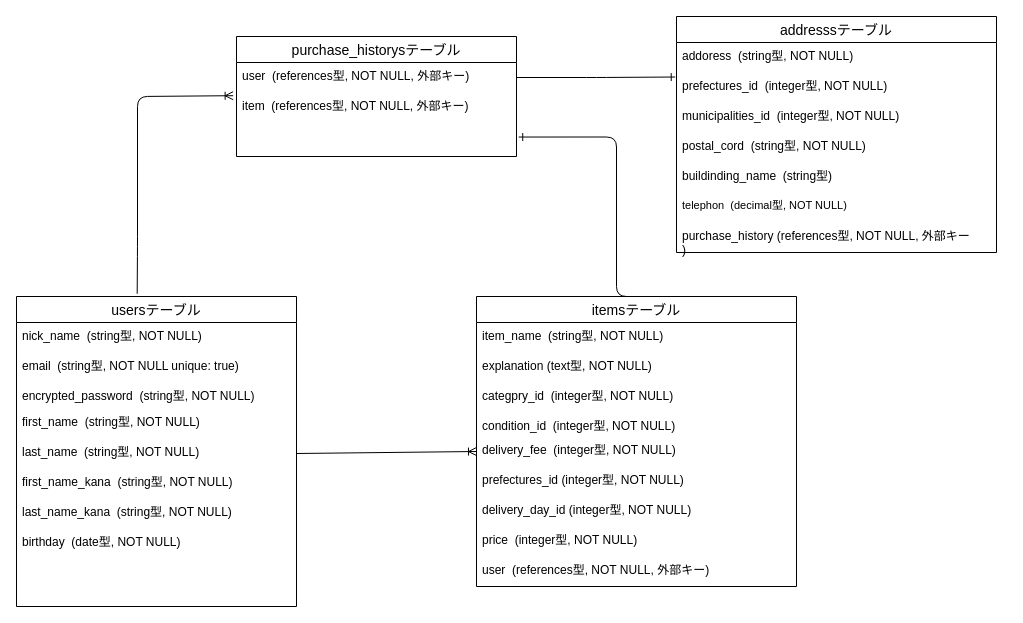
This is furima.dio from Ryuuichirou/furima-37176, a draw.io file, before an edit. Source tidied: cells renumbered, new cells numbered last; positions are measured from the earlier drawing's top-left corner, leaving out a move shared by most shapes. Both pictures are drawn from the tidied source at 100%, with x=0, y=0 at pixel (16, 16).
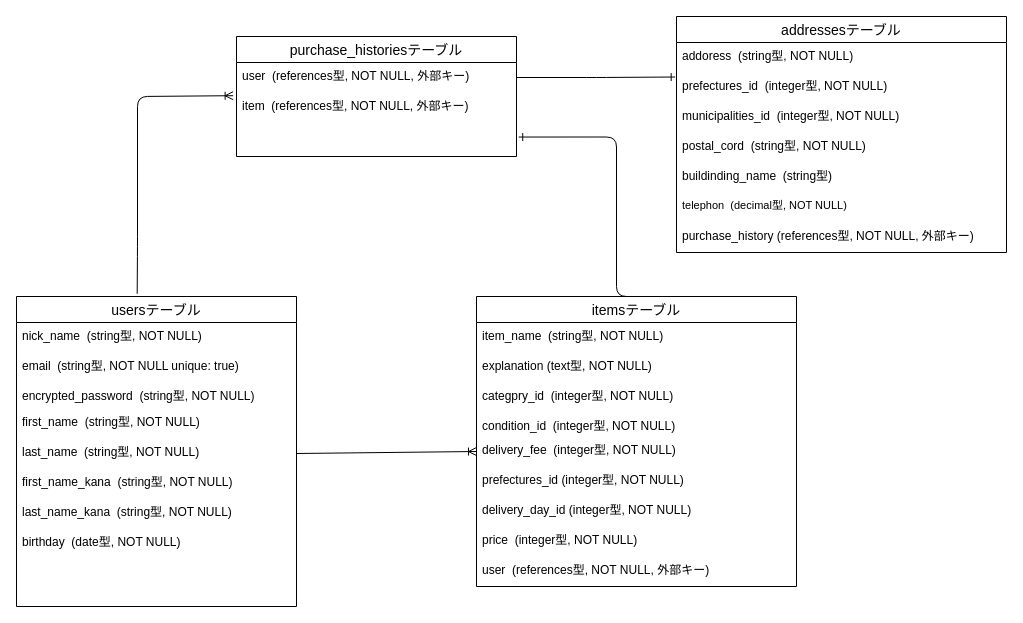
After the change.

The edit, as a diff of the source:
```diff
@@
-    <mxCell id="12" value="addresssテーブル" style="swimlane;fontStyle=0;horizontal=1;startSize=26;align=center;fontSize=14;" parent="1" vertex="1">
-      <mxGeometry x="660" width="320" height="236" as="geometry" />
+    <mxCell id="12" value="addressesテーブル" style="swimlane;fontStyle=0;horizontal=1;startSize=26;align=center;fontSize=14;" parent="1" vertex="1">
+      <mxGeometry x="660" width="330" height="236" as="geometry" />
     </mxCell>
     <mxCell id="13" value="addoress  (string型, NOT NULL)" style="text;strokeColor=none;fillColor=none;spacingLeft=4;spacingRight=4;overflow=hidden;fontSize=12;" parent="12" vertex="1">
-      <mxGeometry y="26" width="320" height="30" as="geometry" />
+      <mxGeometry y="26" width="330" height="30" as="geometry" />
     </mxCell>
     <mxCell id="14" value="prefectures_id  (integer型, NOT NULL)  " style="text;strokeColor=none;fillColor=none;spacingLeft=4;spacingRight=4;overflow=hidden;points=[[0,0.5],[1,0.5]];portConstraint=eastwest;fontSize=12;" parent="12" vertex="1">
-      <mxGeometry y="56" width="320" height="30" as="geometry" />
+      <mxGeometry y="56" width="330" height="30" as="geometry" />
     </mxCell>
     <mxCell id="15" value="municipalities_id  (integer型, NOT NULL)" style="text;strokeColor=none;fillColor=none;spacingLeft=4;spacingRight=4;overflow=hidden;fontSize=12;align=left;" parent="12" vertex="1">
-      <mxGeometry y="86" width="320" height="30" as="geometry" />
+      <mxGeometry y="86" width="330" height="30" as="geometry" />
     </mxCell>
     <mxCell id="16" value="postal_cord  (string型, NOT NULL)" style="text;strokeColor=none;fillColor=none;spacingLeft=4;spacingRight=4;overflow=hidden;fontSize=12;align=left;" parent="12" vertex="1">
-      <mxGeometry y="116" width="320" height="30" as="geometry" />
+      <mxGeometry y="116" width="330" height="30" as="geometry" />
     </mxCell>
     <mxCell id="17" value="buildinding_name  (string型)  " style="text;strokeColor=none;fillColor=none;spacingLeft=4;spacingRight=4;overflow=hidden;fontSize=12;align=left;" parent="12" vertex="1">
-      <mxGeometry y="146" width="320" height="30" as="geometry" />
+      <mxGeometry y="146" width="330" height="30" as="geometry" />
     </mxCell>
     <mxCell id="18" value="telephon  (decimal型, NOT NULL)" style="text;strokeColor=none;fillColor=none;spacingLeft=4;spacingRight=4;overflow=hidden;fontSize=11;align=left;" parent="12" vertex="1">
-      <mxGeometry y="176" width="320" height="30" as="geometry" />
+      <mxGeometry y="176" width="330" height="30" as="geometry" />
     </mxCell>
-    <mxCell id="19" value="purchase_history (references型, NOT NULL, 外部キー&#10;)" style="text;strokeColor=none;fillColor=none;spacingLeft=4;spacingRight=4;overflow=hidden;fontSize=12;" parent="12" vertex="1">
-      <mxGeometry y="206" width="320" height="30" as="geometry" />
+    <mxCell id="19" value="purchase_history (references型, NOT NULL, 外部キー)" style="text;strokeColor=none;fillColor=none;spacingLeft=4;spacingRight=4;overflow=hidden;fontSize=12;" parent="12" vertex="1">
+      <mxGeometry y="206" width="330" height="30" as="geometry" />
     </mxCell>
@@
-    <mxCell id="31" value="purchase_historysテーブル" style="swimlane;fontStyle=0;horizontal=1;startSize=26;align=center;fontSize=14;" parent="1" vertex="1">
+    <mxCell id="31" value="purchase_historiesテーブル" style="swimlane;fontStyle=0;horizontal=1;startSize=26;align=center;fontSize=14;" parent="1" vertex="1">
       <mxGeometry x="220" y="20" width="280" height="120" as="geometry" />
     </mxCell>
```
